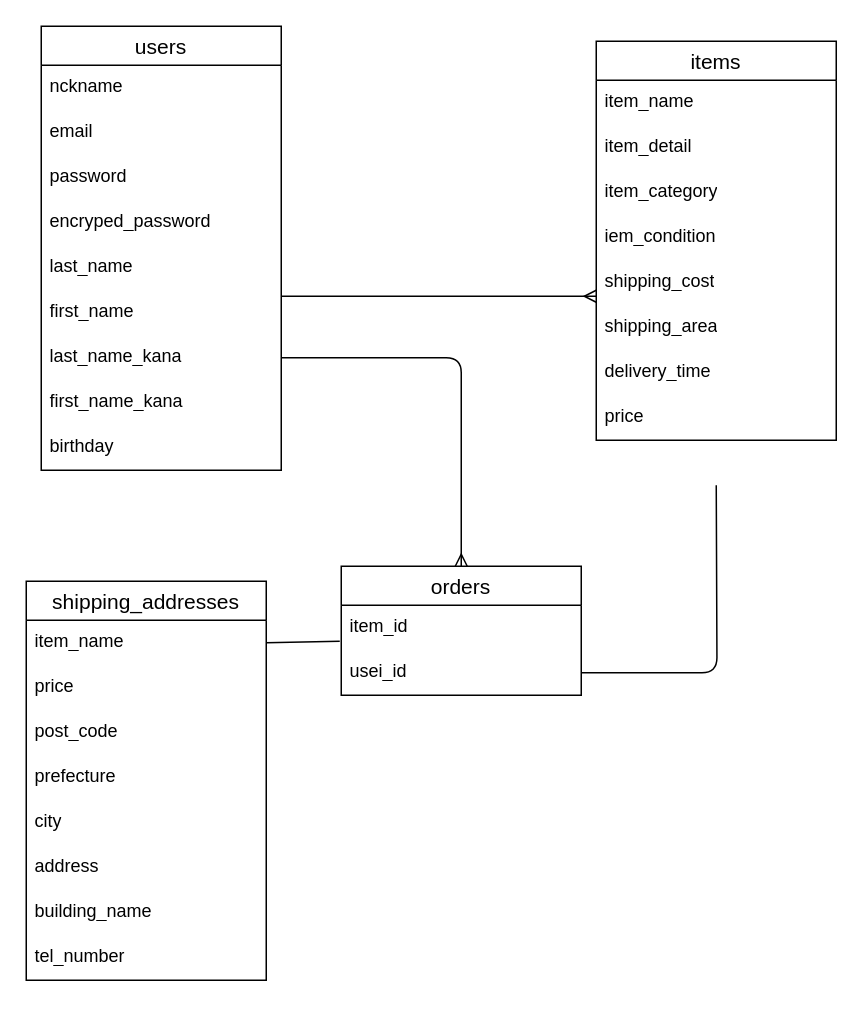
Earlier version of the draw.io diagram furima.dio (mayumishibata-div/furima-1111). Source tidied: cells renumbered, new cells numbered last; positions are measured from the earlier drawing's top-left corner, leaving out a move shared by most shapes. Both pictures are drawn from the tidied source at 150%, with x=0, y=0 at pixel (26, 26).
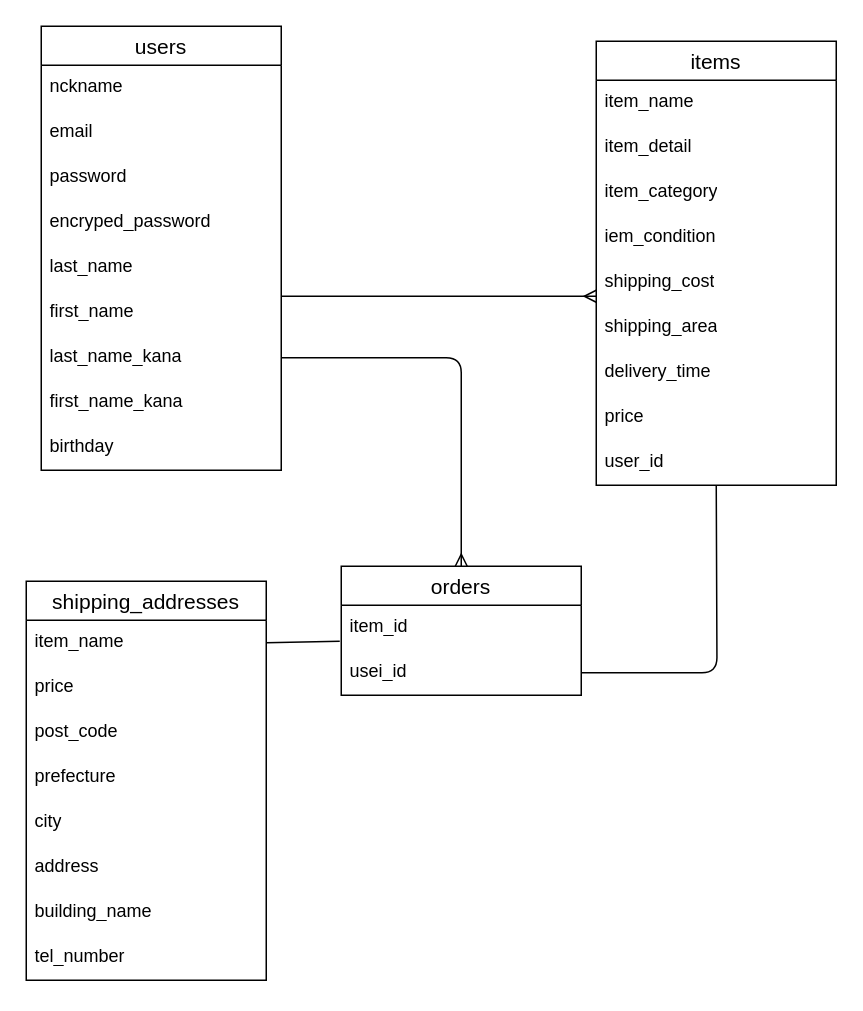
The same page after the edit.

Commit message (it also covers changes not shown here):
ユーザーの外部キーカラムを追加

What changed in the source:
```diff
@@
     <mxCell id="12" value="items" style="swimlane;fontStyle=0;horizontal=1;startSize=26;align=center;fontSize=14;" parent="1" vertex="1">
-      <mxGeometry x="380" y="10" width="160" height="266" as="geometry" />
+      <mxGeometry x="380" y="10" width="160" height="296" as="geometry" />
     </mxCell>
@@
+    <mxCell id="37" value="user_id" style="text;strokeColor=none;fillColor=none;spacingLeft=4;spacingRight=4;overflow=hidden;fontSize=12;whiteSpace=wrap;html=1;" parent="12" vertex="1">
+      <mxGeometry y="266" width="160" height="30" as="geometry" />
+    </mxCell>
```
